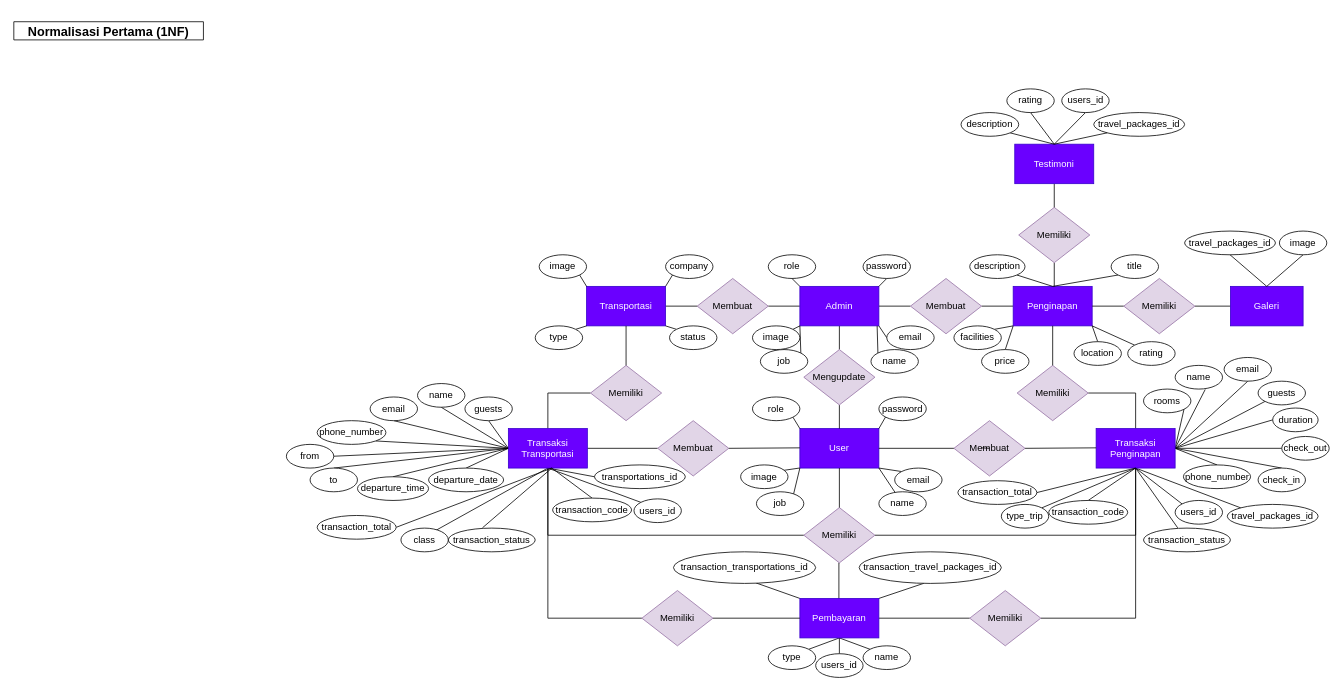
Earlier version of the draw.io diagram GOFEST - ERD.drawio (xevorte/xevorte). Source tidied: cells renumbered, new cells numbered last; positions are measured from the earlier drawing's top-left corner, leaving out a move shared by most shapes. Both pictures are drawn from the tidied source at 79%, with x=0, y=0 at pixel (13, 21).
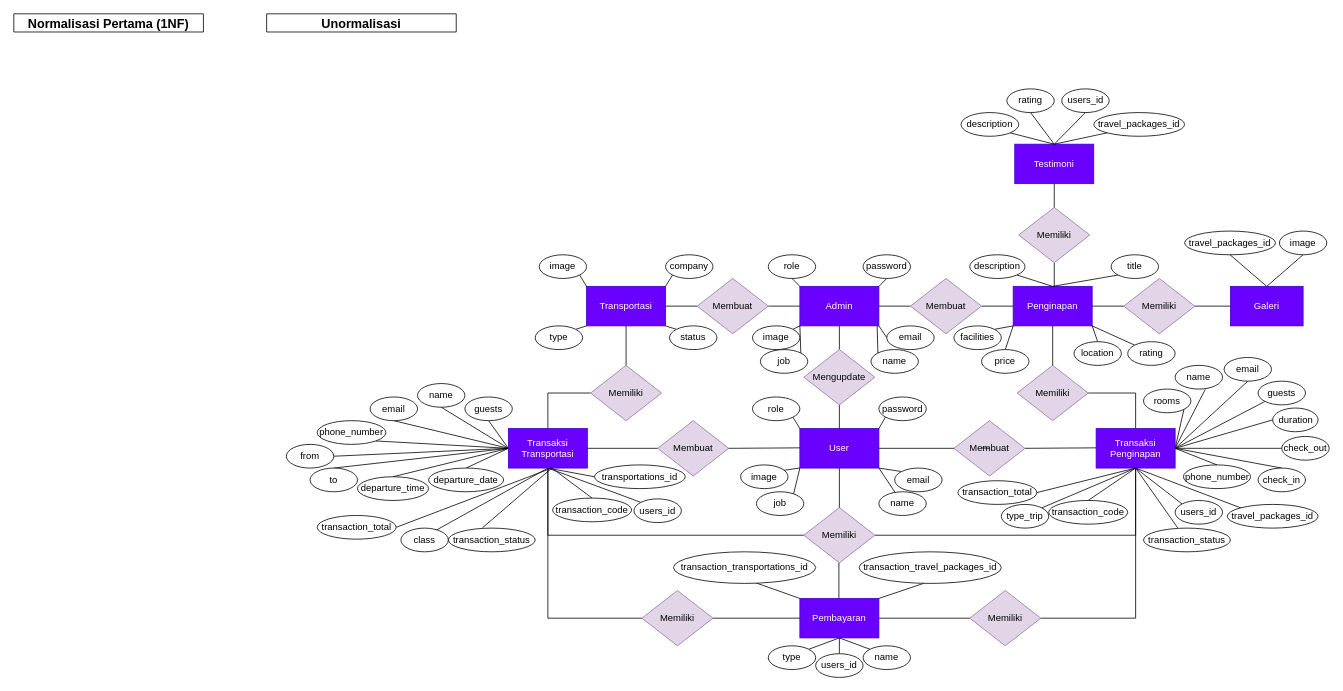
The same page after the edit.

Change to the diagram source:
```diff
@@
     <mxCell id="146" value="Normalisasi Pertama (1NF)" style="swimlane;fontSize=16;startSize=23;" parent="1" vertex="1" collapsed="1">
-      <mxGeometry width="240" height="23" as="geometry" />
+      <mxGeometry y="-10" width="240" height="23" as="geometry" />
     </mxCell>
@@
+    <mxCell id="179" value="Unormalisasi" style="swimlane;fontSize=16;startSize=23;" parent="1" vertex="1" collapsed="1">
+      <mxGeometry x="320" y="-10" width="240" height="23" as="geometry" />
+    </mxCell>
```
